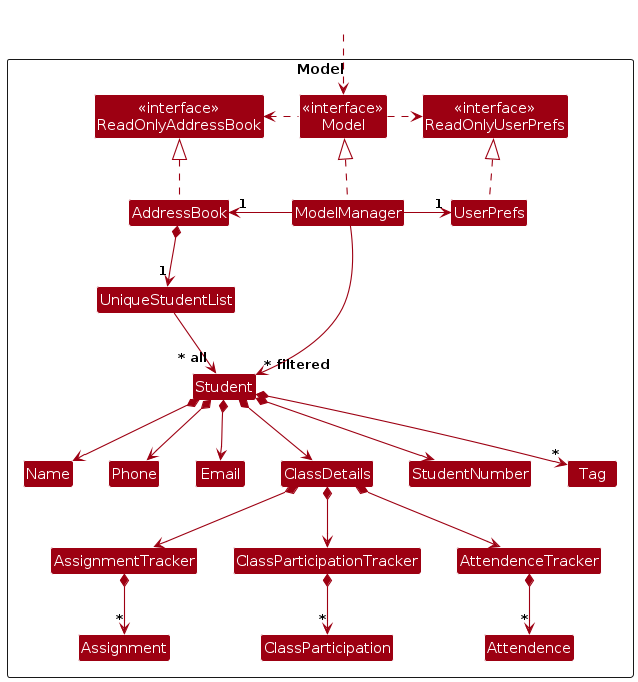
Above: diagrams/ModelClassDiagram.png in Cikguseven/tp (PlantUML), before the change. Its source is kept beside it as diagrams/ModelClassDiagram.puml. Its diagram source:
```plantuml
@startuml
!include style.puml
skinparam arrowThickness 1.1
skinparam arrowColor MODEL_COLOR
skinparam classBackgroundColor MODEL_COLOR

Package Model as ModelPackage <<Rectangle>>{
Class "<<interface>>\nReadOnlyAddressBook" as ReadOnlyAddressBook
Class "<<interface>>\nReadOnlyUserPrefs" as ReadOnlyUserPrefs
Class "<<interface>>\nModel" as Model
Class AddressBook
Class ModelManager
Class UserPrefs

Class UniqueStudentList
Class Student
Class ClassDetails
Class Email
Class Name
Class Phone
Class Tag
Class StudentNumber
Class AssignmentTracker
Class ClassParticipationTracker
Class AttendenceTracker
Class Assignment
Class ClassParticipation
Class Attendence

Class I #FFFFFF
}

Class HiddenOutside #FFFFFF
HiddenOutside ..> Model

AddressBook .up.|> ReadOnlyAddressBook

ModelManager .up.|> Model
Model .right.> ReadOnlyUserPrefs
Model .left.> ReadOnlyAddressBook
ModelManager -left-> "1" AddressBook
ModelManager -right-> "1" UserPrefs
UserPrefs .up.|> ReadOnlyUserPrefs

AddressBook *--> "1" UniqueStudentList
UniqueStudentList --> "~* all" Student
Student *--> Name
Student *--> Phone
Student *--> Email
Student *--> ClassDetails
Student *--> StudentNumber
Student *--> "*" Tag

ClassDetails *--> AssignmentTracker
ClassDetails *--> ClassParticipationTracker
ClassDetails *--> AttendenceTracker

AssignmentTracker *--> "*" Assignment
ClassParticipationTracker *--> "*" ClassParticipation
AttendenceTracker *--> "*" Attendence
UniqueStudentList -[hidden]right-> I

Name -[hidden]right-> Phone
Phone -[hidden]right-> Email
Email -[hidden]right-> ClassDetails
ClassDetails -[hidden]right-> StudentNumber

ModelManager --> "~* filtered" Student
@enduml
```
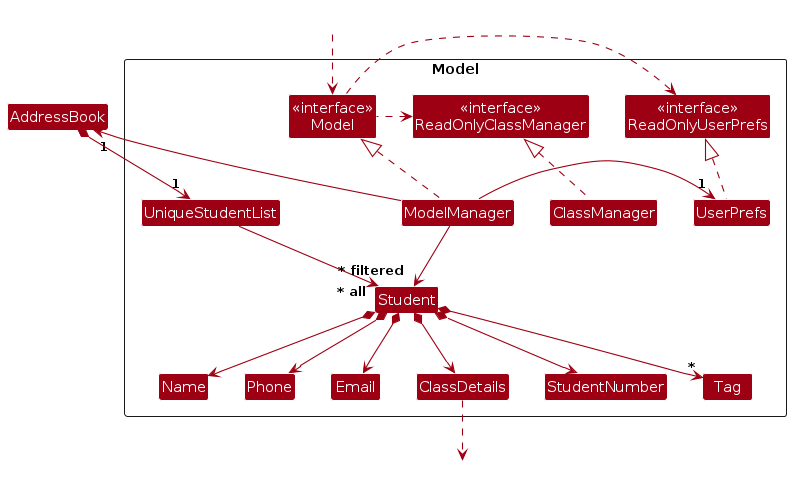
Above is the later version.

The edit, as a diff of the source:
```diff
@@ -5,10 +5,10 @@
 skinparam classBackgroundColor MODEL_COLOR
 
 Package Model as ModelPackage <<Rectangle>>{
-Class "<<interface>>\nReadOnlyAddressBook" as ReadOnlyAddressBook
+Class "<<interface>>\nReadOnlyClassManager" as ReadOnlyClassManager
 Class "<<interface>>\nReadOnlyUserPrefs" as ReadOnlyUserPrefs
 Class "<<interface>>\nModel" as Model
-Class AddressBook
+Class ClassManager
 Class ModelManager
 Class UserPrefs
 
@@ -20,12 +20,6 @@
 Class Phone
 Class Tag
 Class StudentNumber
-Class AssignmentTracker
-Class ClassParticipationTracker
-Class AttendenceTracker
-Class Assignment
-Class ClassParticipation
-Class Attendence
 
 Class I #FFFFFF
 }
@@ -33,11 +27,11 @@
 Class HiddenOutside #FFFFFF
 HiddenOutside ..> Model
 
-AddressBook .up.|> ReadOnlyAddressBook
+ClassManager .up.|> ReadOnlyClassManager
 
 ModelManager .up.|> Model
 Model .right.> ReadOnlyUserPrefs
-Model .left.> ReadOnlyAddressBook
+Model .left.> ReadOnlyClassManager
 ModelManager -left-> "1" AddressBook
 ModelManager -right-> "1" UserPrefs
 UserPrefs .up.|> ReadOnlyUserPrefs
@@ -51,13 +45,6 @@
 Student *--> StudentNumber
 Student *--> "*" Tag
 
-ClassDetails *--> AssignmentTracker
-ClassDetails *--> ClassParticipationTracker
-ClassDetails *--> AttendenceTracker
-
-AssignmentTracker *--> "*" Assignment
-ClassParticipationTracker *--> "*" ClassParticipation
-AttendenceTracker *--> "*" Attendence
 UniqueStudentList -[hidden]right-> I
 
 Name -[hidden]right-> Phone
@@ -65,5 +52,8 @@
 Email -[hidden]right-> ClassDetails
 ClassDetails -[hidden]right-> StudentNumber
 
+Class HiddenClassDetails #FFFFFF
+ClassDetails ..> HiddenClassDetails
+
 ModelManager --> "~* filtered" Student
 @enduml
```
